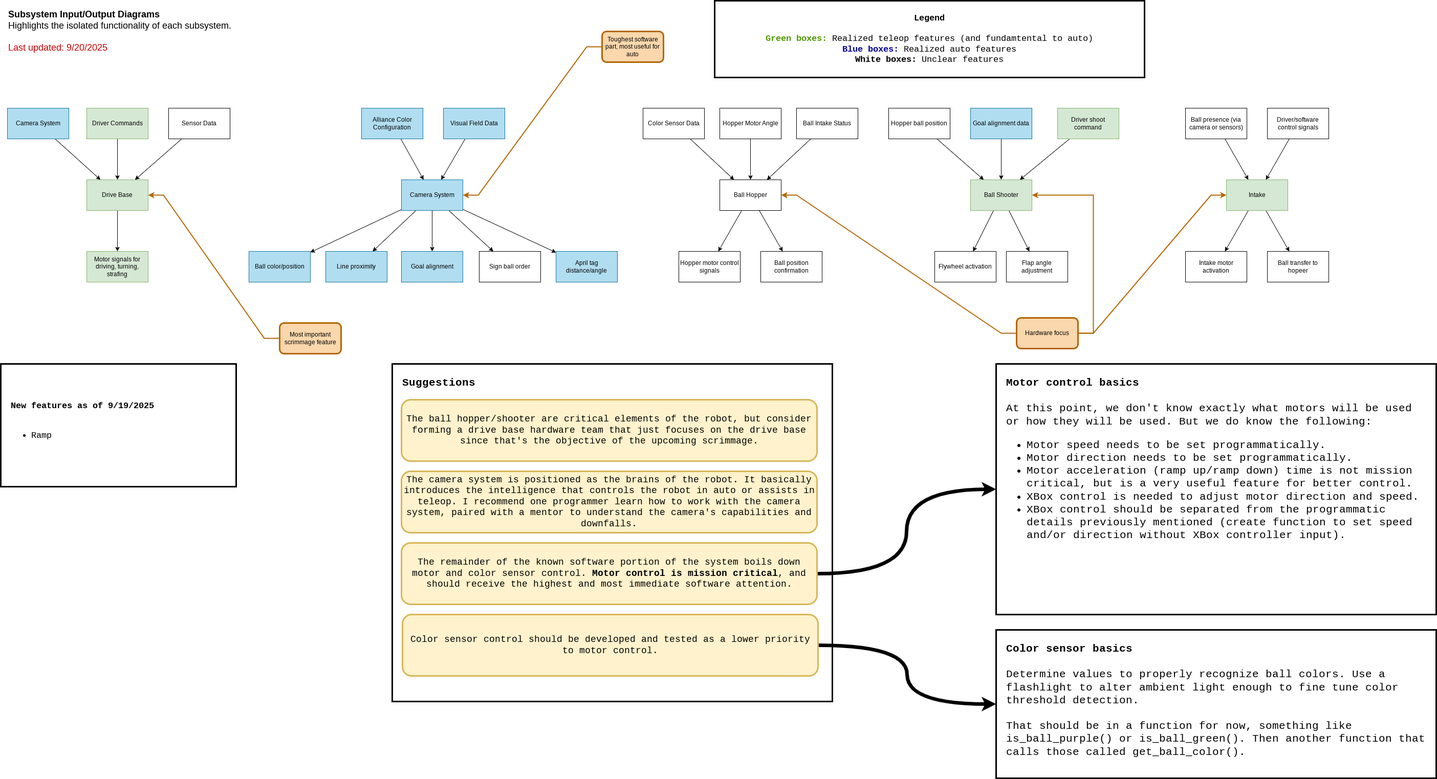
Above: docs/design/exports/System and Subsystem Diagrams-Subsystem 250920.drawio.png in EagleNotBot/EagleBots13532-Decode (draw.io), before the change. Source tidied: cells renumbered, new cells last; positions are measured from the earlier drawing's top-left corner, leaving out a move shared by most shapes.
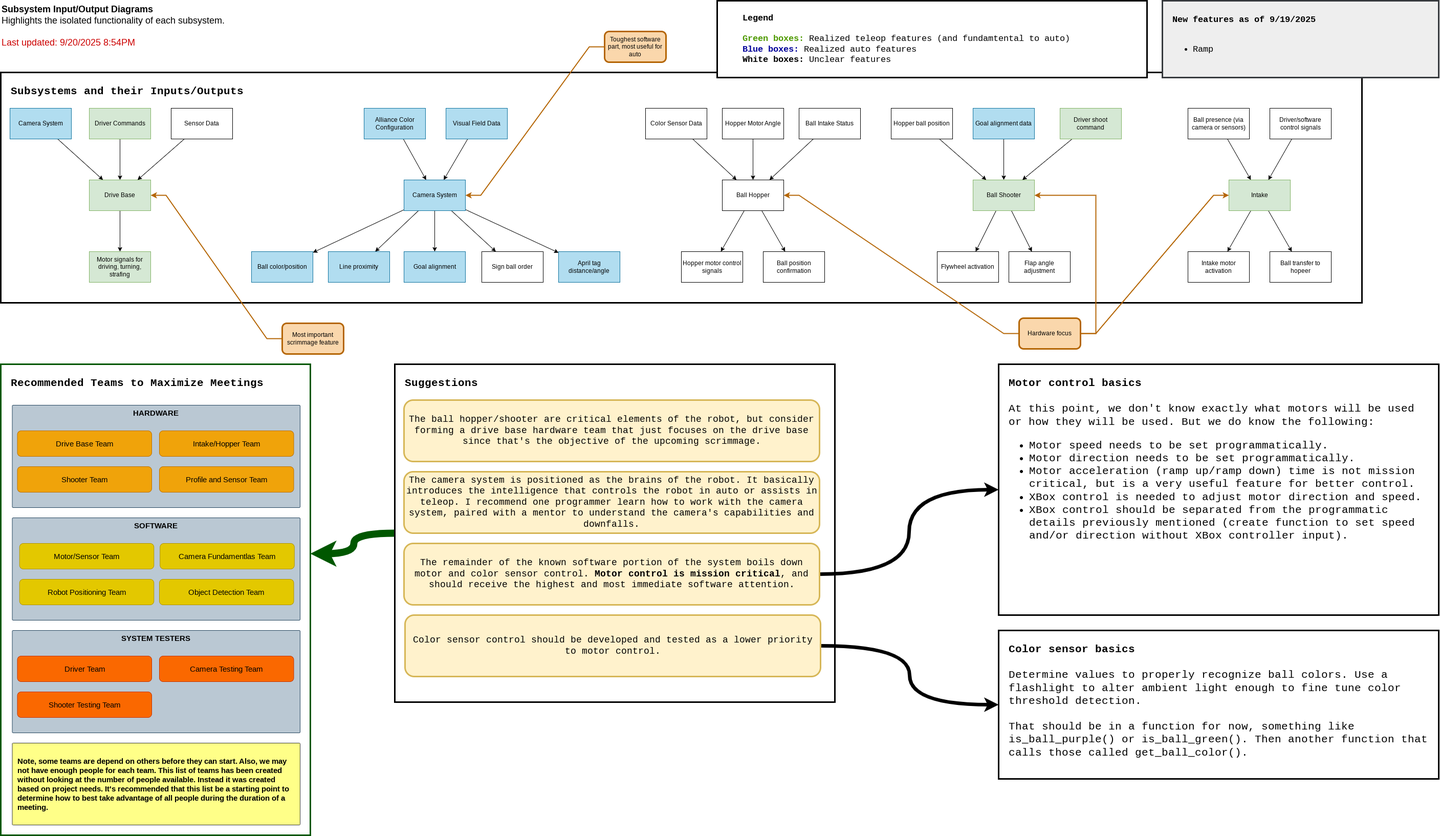
Above is the later version.

Commit message:
Updated to include recommended teams.

Teams showcase how to maximize meeting time.

The edit, as a diff of the source:
```diff
@@ -2,6 +2,15 @@
   <root>
     <mxCell id="0" />
     <mxCell id="1" parent="0" />
+    <mxCell id="77" value="&lt;b&gt;&lt;font style=&quot;font-size: 21px;&quot;&gt;Subsystems and their Inputs/Outputs&lt;/font&gt;&lt;/b&gt;" style="rounded=0;whiteSpace=wrap;html=1;strokeWidth=3;fontSize=17;fontFamily=Courier New;align=left;spacing=20;fillColor=none;verticalAlign=top;" parent="1" vertex="1">
+      <mxGeometry x="-5" y="140" width="2660" height="450" as="geometry" />
+    </mxCell>
+    <mxCell id="78" value="&lt;b&gt;&lt;font color=&quot;#000000&quot; style=&quot;font-size: 21px;&quot;&gt;Recommended Teams to Maximize Meetings&lt;/font&gt;&lt;/b&gt;" style="rounded=0;whiteSpace=wrap;html=1;strokeWidth=3;fontSize=17;fontFamily=Courier New;align=left;spacing=20;fillColor=none;verticalAlign=top;fontColor=#ffffff;strokeColor=#005700;" parent="1" vertex="1">
+      <mxGeometry x="-5" y="710" width="605" height="920" as="geometry" />
+    </mxCell>
+    <mxCell id="79" value="SOFTWARE" style="rounded=1;whiteSpace=wrap;html=1;fontSize=15;fillColor=#bac8d3;strokeColor=#23445d;verticalAlign=top;arcSize=1;fontStyle=1;" parent="1" vertex="1">
+      <mxGeometry x="17.5" y="1010" width="562.5" height="200" as="geometry" />
+    </mxCell>
     <mxCell id="2" style="edgeStyle=none;rounded=0;jettySize=auto;html=1;startArrow=none;startFill=0;endArrow=classic;endFill=1;" parent="1" edge="1" source="3" target="10">
       <mxGeometry relative="1" as="geometry" />
     </mxCell>
@@ -167,8 +176,8 @@
     <mxCell id="56" value="Ball transfer to hopeer" style="rounded=0;whiteSpace=wrap;html=1;" parent="1" vertex="1">
       <mxGeometry x="2475" y="490" width="120" height="60" as="geometry" />
     </mxCell>
-    <mxCell id="57" value="&lt;b style=&quot;border-color: var(--border-color); font-size: 18px;&quot;&gt;Subsystem Input/Output Diagrams&lt;br style=&quot;border-color: var(--border-color); font-size: 18px;&quot;&gt;&lt;/b&gt;&lt;span style=&quot;font-size: 18px;&quot;&gt;Highlights the isolated functionality of each subsystem.&lt;br&gt;&lt;br&gt;&lt;font color=&quot;#cc0000&quot;&gt;Last updated: 9/20/2025&lt;/font&gt;&lt;br&gt;&lt;/span&gt;" style="text;strokeColor=none;align=left;fillColor=none;html=1;verticalAlign=middle;whiteSpace=wrap;rounded=0;fontSize=18;" parent="1" vertex="1">
-      <mxGeometry x="13" y="10" width="542" height="100" as="geometry" />
+    <mxCell id="57" value="&lt;b style=&quot;border-color: var(--border-color); font-size: 18px;&quot;&gt;Subsystem Input/Output Diagrams&lt;br style=&quot;border-color: var(--border-color); font-size: 18px;&quot;&gt;&lt;/b&gt;&lt;span style=&quot;font-size: 18px;&quot;&gt;Highlights the isolated functionality of each subsystem.&lt;br&gt;&lt;br&gt;&lt;font color=&quot;#cc0000&quot;&gt;Last updated: 9/20/2025 8:54PM&lt;/font&gt;&lt;br&gt;&lt;/span&gt;" style="text;strokeColor=none;align=left;fillColor=none;html=1;verticalAlign=middle;whiteSpace=wrap;rounded=0;fontSize=18;" parent="1" vertex="1">
+      <mxGeometry x="-5" width="542" height="100" as="geometry" />
     </mxCell>
     <mxCell id="58" style="edgeStyle=entityRelationEdgeStyle;rounded=0;jettySize=auto;html=1;strokeWidth=2;startArrow=none;startFill=0;endArrow=classic;endFill=1;fillColor=#fad7ac;strokeColor=#b46504;" parent="1" edge="1" source="59" target="16">
       <mxGeometry relative="1" as="geometry" />
@@ -188,7 +197,7 @@
     <mxCell id="63" value="Hardware focus" style="rounded=1;whiteSpace=wrap;html=1;strokeWidth=3;fillColor=#fad7ac;strokeColor=#b46504;" parent="1" vertex="1">
       <mxGeometry x="1985" y="620" width="120" height="60" as="geometry" />
     </mxCell>
-    <mxCell id="64" value="&lt;b style=&quot;font-size: 17px;&quot;&gt;Legend&lt;br style=&quot;font-size: 17px;&quot;&gt;&lt;br style=&quot;font-size: 17px;&quot;&gt;&lt;font color=&quot;#4d9900&quot;&gt;Green boxes:&lt;/font&gt; &lt;/b&gt;&lt;span style=&quot;font-size: 17px;&quot;&gt;Realized teleop features (and fundamtental to auto)&lt;br&gt;&lt;b&gt;&lt;font color=&quot;#000099&quot;&gt;Blue boxes:&lt;/font&gt;&lt;/b&gt; Realized auto features&lt;br style=&quot;font-size: 17px;&quot;&gt;&lt;b&gt;White boxes: &lt;/b&gt;Unclear features&lt;/span&gt;" style="rounded=0;whiteSpace=wrap;html=1;strokeWidth=3;fontSize=17;fontFamily=Courier New;" parent="1" vertex="1">
+    <mxCell id="64" value="&lt;b style=&quot;font-size: 17px;&quot;&gt;Legend&lt;br style=&quot;font-size: 17px;&quot;&gt;&lt;br style=&quot;font-size: 17px;&quot;&gt;&lt;font color=&quot;#4d9900&quot;&gt;Green boxes:&lt;/font&gt; &lt;/b&gt;&lt;span style=&quot;font-size: 17px;&quot;&gt;Realized teleop features (and fundamtental to auto)&lt;br&gt;&lt;b&gt;&lt;font color=&quot;#000099&quot;&gt;Blue boxes:&lt;/font&gt;&lt;/b&gt; Realized auto features&lt;br style=&quot;font-size: 17px;&quot;&gt;&lt;b&gt;White boxes: &lt;/b&gt;Unclear features&lt;/span&gt;" style="rounded=0;whiteSpace=wrap;html=1;strokeWidth=3;fontSize=17;fontFamily=Courier New;align=left;spacing=50;" parent="1" vertex="1">
       <mxGeometry x="1395" width="840" height="150" as="geometry" />
     </mxCell>
     <mxCell id="65" value="Most important scrimmage feature" style="rounded=1;whiteSpace=wrap;html=1;strokeWidth=3;fillColor=#fad7ac;strokeColor=#b46504;" parent="1" vertex="1">
@@ -197,9 +206,17 @@
     <mxCell id="66" style="edgeStyle=entityRelationEdgeStyle;rounded=0;jettySize=auto;html=1;strokeWidth=2;startArrow=none;startFill=0;endArrow=classic;endFill=1;fillColor=#fad7ac;strokeColor=#b46504;" parent="1" edge="1" source="65" target="3">
       <mxGeometry relative="1" as="geometry" />
     </mxCell>
-    <mxCell id="67" value="&lt;b&gt;New features as of 9/19/2025&lt;br&gt;&lt;/b&gt;&lt;br&gt;&lt;ul&gt;&lt;li&gt;Ramp&lt;/li&gt;&lt;/ul&gt;" style="rounded=0;whiteSpace=wrap;html=1;strokeWidth=3;fontSize=17;fontFamily=Courier New;align=left;spacing=20;" parent="1" vertex="1">
-      <mxGeometry y="710" width="460" height="240" as="geometry" />
+    <mxCell id="67" value="&lt;b&gt;New features as of 9/19/2025&lt;br&gt;&lt;/b&gt;&lt;br&gt;&lt;ul&gt;&lt;li&gt;Ramp&lt;/li&gt;&lt;/ul&gt;" style="rounded=0;whiteSpace=wrap;html=1;strokeWidth=3;fontSize=17;fontFamily=Courier New;align=left;spacing=20;fillColor=#eeeeee;strokeColor=#36393d;" parent="1" vertex="1">
+      <mxGeometry x="2265" width="540" height="150" as="geometry" />
     </mxCell>
+    <mxCell id="80" style="edgeStyle=orthogonalEdgeStyle;rounded=0;jettySize=auto;html=1;curved=1;strokeWidth=14;fillColor=#008a00;strokeColor=#005700;" parent="1" edge="1" source="68" target="78">
+      <mxGeometry relative="1" as="geometry">
+        <Array as="points">
+          <mxPoint x="685" y="1040" />
+          <mxPoint x="685" y="1080" />
+        </Array>
+      </mxGeometry>
+    </mxCell>
     <mxCell id="68" value="&lt;b&gt;&lt;font style=&quot;font-size: 21px;&quot;&gt;Suggestions&lt;/font&gt;&lt;/b&gt;" style="rounded=0;whiteSpace=wrap;html=1;strokeWidth=3;fontSize=17;fontFamily=Courier New;align=left;spacing=20;fillColor=none;verticalAlign=top;" parent="1" vertex="1">
       <mxGeometry x="765" y="710" width="860" height="660" as="geometry" />
     </mxCell>
@@ -227,5 +244,47 @@
     <mxCell id="76" value="&lt;span style=&quot;font-size: 21px;&quot;&gt;&lt;b&gt;Color sensor basics&lt;/b&gt;&lt;br&gt;&lt;br&gt;Determine values to properly recognize ball colors. Use a flashlight to alter ambient light enough to fine tune color threshold detection.&lt;br&gt;&lt;br&gt;That should be in a function for now, something like is_ball_purple() or is_ball_green(). Then another function that calls those called get_ball_color().&lt;br&gt;&lt;/span&gt;" style="rounded=0;whiteSpace=wrap;html=1;strokeWidth=3;fontSize=17;fontFamily=Courier New;align=left;spacing=20;fillColor=none;verticalAlign=top;" parent="1" vertex="1">
       <mxGeometry x="1945" y="1230" width="860" height="290" as="geometry" />
     </mxCell>
+    <mxCell id="81" value="HARDWARE" style="rounded=1;whiteSpace=wrap;html=1;fontSize=15;fillColor=#bac8d3;strokeColor=#23445d;verticalAlign=top;arcSize=1;fontStyle=1;" parent="1" vertex="1">
+      <mxGeometry x="17.5" y="790" width="562.5" height="200" as="geometry" />
+    </mxCell>
+    <mxCell id="82" value="Drive Base Team" style="rounded=1;whiteSpace=wrap;html=1;fontSize=15;fillColor=#f0a30a;fontColor=#000000;strokeColor=#BD7000;" parent="1" vertex="1">
+      <mxGeometry x="27.5" y="840" width="262.5" height="50" as="geometry" />
+    </mxCell>
+    <mxCell id="83" value="Intake/Hopper Team" style="rounded=1;whiteSpace=wrap;html=1;fontSize=15;fillColor=#f0a30a;fontColor=#000000;strokeColor=#BD7000;" parent="1" vertex="1">
+      <mxGeometry x="305" y="840" width="262.5" height="50" as="geometry" />
+    </mxCell>
+    <mxCell id="84" value="Shooter Team" style="rounded=1;whiteSpace=wrap;html=1;fontSize=15;fillColor=#f0a30a;fontColor=#000000;strokeColor=#BD7000;" parent="1" vertex="1">
+      <mxGeometry x="27.5" y="910" width="262.5" height="50" as="geometry" />
+    </mxCell>
+    <mxCell id="85" value="Profile and Sensor Team" style="rounded=1;whiteSpace=wrap;html=1;fontSize=15;fillColor=#f0a30a;fontColor=#000000;strokeColor=#BD7000;" parent="1" vertex="1">
+      <mxGeometry x="305" y="910" width="262.5" height="50" as="geometry" />
+    </mxCell>
+    <mxCell id="86" value="Motor/Sensor Team" style="rounded=1;whiteSpace=wrap;html=1;fontSize=15;fillColor=#e3c800;fontColor=#000000;strokeColor=#B09500;" parent="1" vertex="1">
+      <mxGeometry x="31.8" y="1060" width="262.5" height="50" as="geometry" />
+    </mxCell>
+    <mxCell id="87" value="Camera Fundamentlas Team" style="rounded=1;whiteSpace=wrap;html=1;fontSize=15;fillColor=#e3c800;strokeColor=#B09500;fontColor=#000000;" parent="1" vertex="1">
+      <mxGeometry x="306.2" y="1060" width="262.5" height="50" as="geometry" />
+    </mxCell>
+    <mxCell id="88" value="SYSTEM TESTERS" style="rounded=1;whiteSpace=wrap;html=1;fontSize=15;fillColor=#bac8d3;strokeColor=#23445d;verticalAlign=top;arcSize=1;fontStyle=1;" parent="1" vertex="1">
+      <mxGeometry x="17.5" y="1230" width="562.5" height="200" as="geometry" />
+    </mxCell>
+    <mxCell id="89" value="Robot Positioning Team" style="rounded=1;whiteSpace=wrap;html=1;fontSize=15;fillColor=#e3c800;strokeColor=#B09500;fontColor=#000000;" parent="1" vertex="1">
+      <mxGeometry x="31.8" y="1130" width="262.5" height="50" as="geometry" />
+    </mxCell>
+    <mxCell id="90" value="Object Detection Team" style="rounded=1;whiteSpace=wrap;html=1;fontSize=15;fillColor=#e3c800;strokeColor=#B09500;fontColor=#000000;" parent="1" vertex="1">
+      <mxGeometry x="305" y="1130" width="262.5" height="50" as="geometry" />
+    </mxCell>
+    <mxCell id="91" value="Driver Team" style="rounded=1;whiteSpace=wrap;html=1;fontSize=15;fillColor=#fa6800;fontColor=#000000;strokeColor=#C73500;" parent="1" vertex="1">
+      <mxGeometry x="27.5" y="1280" width="262.5" height="50" as="geometry" />
+    </mxCell>
+    <mxCell id="92" value="Camera Testing Team" style="rounded=1;whiteSpace=wrap;html=1;fontSize=15;fillColor=#fa6800;fontColor=#000000;strokeColor=#C73500;" parent="1" vertex="1">
+      <mxGeometry x="305" y="1280" width="262.5" height="50" as="geometry" />
+    </mxCell>
+    <mxCell id="93" value="Shooter Testing Team" style="rounded=1;whiteSpace=wrap;html=1;fontSize=15;fillColor=#fa6800;fontColor=#000000;strokeColor=#C73500;" parent="1" vertex="1">
+      <mxGeometry x="27.5" y="1350" width="262.5" height="50" as="geometry" />
+    </mxCell>
+    <mxCell id="94" value="Note, some teams are depend on others before they can start. Also, we may not have enough people for each team. This list of teams has been created without looking at the number of people available. Instead it was created based on project needs. It's recommended that this list be a starting point to determine how to best take advantage of all people during the duration of a meeting." style="rounded=1;whiteSpace=wrap;html=1;fontSize=15;fillColor=#ffff88;strokeColor=#36393d;verticalAlign=middle;arcSize=1;fontStyle=1;align=left;spacing=11;" parent="1" vertex="1">
+      <mxGeometry x="17.5" y="1450" width="562.5" height="160" as="geometry" />
+    </mxCell>
   </root>
 </mxGraphModel>
```
